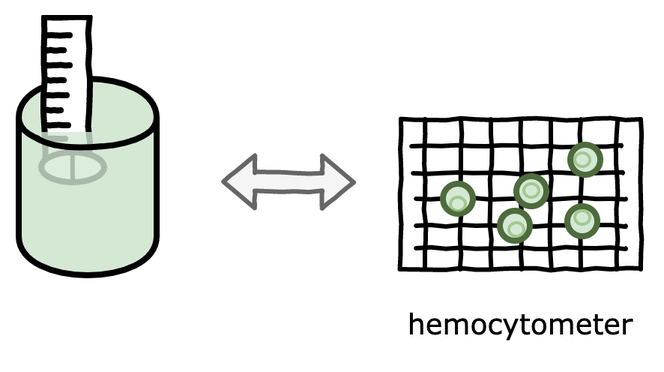
Before: assets/images/secchi/secchi.png, a diagram exported from draw.io (ControlledMold/ControlledMold.github.io). Source tidied: cells renumbered, new cells last; positions are measured from the earlier drawing's top-left corner, leaving out a move shared by most shapes.
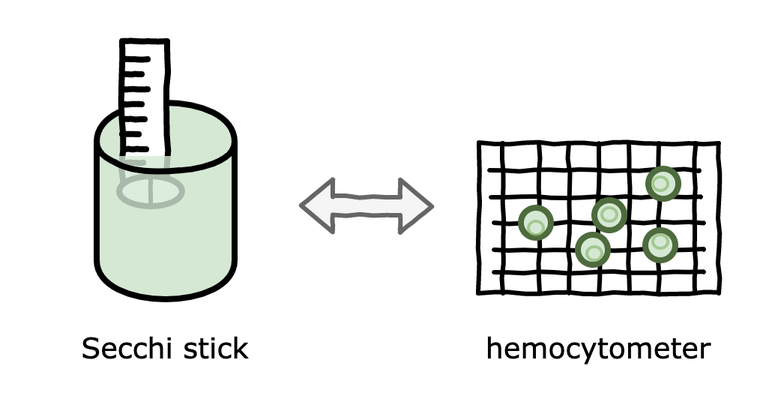
The same diagram one commit later.

Change to the diagram source:
```diff
@@ -169,17 +169,20 @@
     <mxCell id="38" style="rounded=0;whiteSpace=wrap;html=1;comic=0;strokeColor=none;strokeWidth=4;fillColor=#d5e8d4;opacity=80;" parent="1" vertex="1">
       <mxGeometry x="9.5" y="90" width="53" height="29.5" as="geometry" />
     </mxCell>
-    <mxCell id="39" value="&lt;span style=&quot;font-style: normal&quot;&gt;hemocytometer&lt;/span&gt;" style="text;html=1;strokeColor=none;fillColor=none;align=center;verticalAlign=middle;whiteSpace=wrap;rounded=0;fontFamily=Verdana;fontSize=19;shadow=0;fontStyle=2;strokeWidth=4;" parent="1" vertex="1">
-      <mxGeometry x="251.1" y="184" width="167.8" height="40" as="geometry" />
+    <mxCell id="39" value="&lt;span style=&quot;font-style: normal&quot;&gt;Secchi stick&lt;/span&gt;" style="text;html=1;strokeColor=none;fillColor=none;align=center;verticalAlign=middle;whiteSpace=wrap;rounded=0;fontFamily=Verdana;fontSize=19;shadow=0;fontStyle=2;strokeWidth=4;" parent="1" vertex="1">
+      <mxGeometry x="-37.9" y="184" width="167.8" height="40" as="geometry" />
     </mxCell>
-    <mxCell id="40" style="curved=1;endArrow=none;html=1;strokeWidth=4;endFill=0;entryX=-0.058;entryY=0.37;entryDx=0;entryDy=0;entryPerimeter=0;" parent="1" edge="1">
-      <mxGeometry relative="1" as="geometry">
-        <mxPoint x="56" y="86" as="sourcePoint" />
-        <mxPoint x="11.6" y="80.5" as="targetPoint" />
-        <Array as="points">
-          <mxPoint x="25" y="89" />
-        </Array>
-      </mxGeometry>
+    <mxCell id="40" value="&lt;span style=&quot;font-style: normal&quot;&gt;hemocytometer&lt;/span&gt;" style="text;html=1;strokeColor=none;fillColor=none;align=center;verticalAlign=middle;whiteSpace=wrap;rounded=0;fontFamily=Verdana;fontSize=19;shadow=0;fontStyle=2;strokeWidth=4;" parent="1" vertex="1">
+      <mxGeometry x="251.1" y="184" width="167.8" height="40" as="geometry" />
     </mxCell>
+    <mxCell id="41" style="curved=1;endArrow=none;html=1;strokeWidth=4;endFill=0;entryX=-0.058;entryY=0.37;entryDx=0;entryDy=0;entryPerimeter=0;" parent="1" edge="1">
+      <mxGeometry relative="1" as="geometry">
+        <mxPoint x="56" y="86" as="sourcePoint" />
+        <mxPoint x="11.6" y="80.5" as="targetPoint" />
+        <Array as="points">
+          <mxPoint x="25" y="89" />
+        </Array>
+      </mxGeometry>
+    </mxCell>
   </root>
 </mxGraphModel>
```
